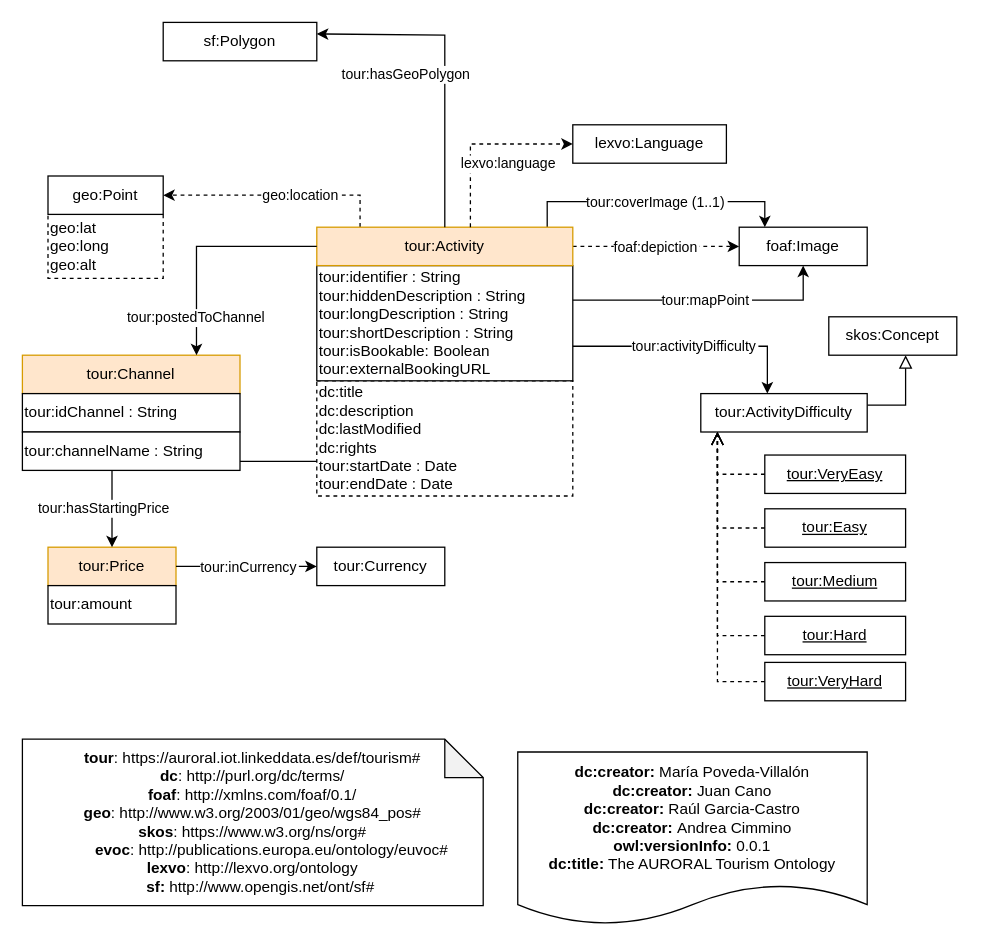
Before: diagrams/tourism.drawio in oeg-upm/auroral-tourism-ontology, a draw.io diagram. Source tidied: cells renumbered, new cells numbered last; positions are measured from the earlier drawing's top-left corner, leaving out a move shared by most shapes. Both pictures are drawn from the tidied source at 128%, with x=0, y=0 at pixel (22, 22).
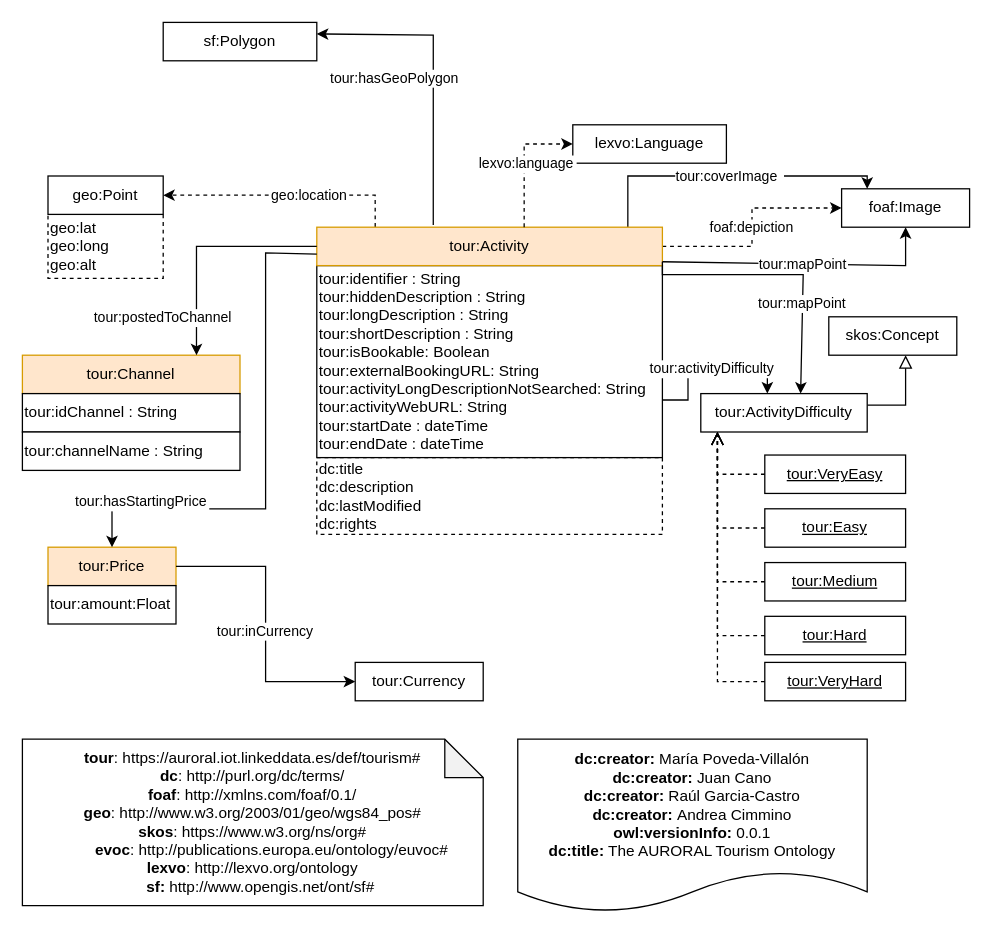
The same page after the edit.

Unchanged cells that the change refers to:
```xml
<mxCell id="9" value="tour:ActivityDifficulty" style="rounded=0;whiteSpace=wrap;html=1;snapToPoint=1;points=[[0.1,0],[0.2,0],[0.3,0],[0.4,0],[0.5,0],[0.6,0],[0.7,0],[0.8,0],[0.9,0],[0,0.1],[0,0.3],[0,0.5],[0,0.7],[0,0.9],[0.1,1],[0.2,1],[0.3,1],[0.4,1],[0.5,1],[0.6,1],[0.7,1],[0.8,1],[0.9,1],[1,0.1],[1,0.3],[1,0.5],[1,0.7],[1,0.9]];" parent="1" vertex="1">
  <mxGeometry x="530" y="290" width="130" height="30" as="geometry" />
</mxCell>
<mxCell id="17" value="tour:Channel" style="rounded=0;whiteSpace=wrap;html=1;snapToPoint=1;points=[[0.1,0],[0.2,0],[0.3,0],[0.4,0],[0.5,0],[0.6,0],[0.7,0],[0.8,0],[0.9,0],[0,0.1],[0,0.3],[0,0.5],[0,0.7],[0,0.9],[0.1,1],[0.2,1],[0.3,1],[0.4,1],[0.5,1],[0.6,1],[0.7,1],[0.8,1],[0.9,1],[1,0.1],[1,0.3],[1,0.5],[1,0.7],[1,0.9]];fillColor=#ffe6cc;strokeColor=#d79b00;shadow=0;" parent="1" vertex="1">
  <mxGeometry y="260" width="170" height="30" as="geometry" />
</mxCell>
<mxCell id="23" value="tour:Price" style="rounded=0;whiteSpace=wrap;html=1;snapToPoint=1;points=[[0.1,0],[0.2,0],[0.3,0],[0.4,0],[0.5,0],[0.6,0],[0.7,0],[0.8,0],[0.9,0],[0,0.1],[0,0.3],[0,0.5],[0,0.7],[0,0.9],[0.1,1],[0.2,1],[0.3,1],[0.4,1],[0.5,1],[0.6,1],[0.7,1],[0.8,1],[0.9,1],[1,0.1],[1,0.3],[1,0.5],[1,0.7],[1,0.9]];fillColor=#ffe6cc;strokeColor=#d79b00;shadow=0;" parent="1" vertex="1">
  <mxGeometry x="20" y="410" width="100" height="30" as="geometry" />
</mxCell>
<mxCell id="39" value="sf:Polygon" style="rounded=0;whiteSpace=wrap;html=1;snapToPoint=1;points=[[0.1,0],[0.2,0],[0.3,0],[0.4,0],[0.5,0],[0.6,0],[0.7,0],[0.8,0],[0.9,0],[0,0.1],[0,0.3],[0,0.5],[0,0.7],[0,0.9],[0.1,1],[0.2,1],[0.3,1],[0.4,1],[0.5,1],[0.6,1],[0.7,1],[0.8,1],[0.9,1],[1,0.1],[1,0.3],[1,0.5],[1,0.7],[1,0.9]];" parent="1" vertex="1">
  <mxGeometry x="110" width="120" height="30" as="geometry" />
</mxCell>
```

Diff of the diagram source:
```diff
@@
     <mxCell id="2" value="&lt;div&gt;&lt;b&gt;dc:creator:&lt;/b&gt;&amp;nbsp;María Poveda-Villalón&lt;/div&gt;&lt;div&gt;&lt;div&gt;&lt;b&gt;dc:creator:&lt;/b&gt;&amp;nbsp;Juan Cano&lt;/div&gt;&lt;/div&gt;&lt;div&gt;&lt;div&gt;&lt;b&gt;dc:creator:&lt;/b&gt;&amp;nbsp;Raúl Garcia-Castro&lt;/div&gt;&lt;/div&gt;&lt;div&gt;&lt;div&gt;&lt;b&gt;dc:creator:&lt;/b&gt;&amp;nbsp;Andrea Cimmino&lt;/div&gt;&lt;/div&gt;&lt;div&gt;&lt;b&gt;owl:versionInfo:&lt;/b&gt; 0.0.1&lt;/div&gt;&lt;div&gt;&lt;b&gt;dc:title:&lt;/b&gt; The AURORAL Tourism Ontology&lt;/div&gt;" style="shape=document;whiteSpace=wrap;html=1;boundedLbl=1;labelBackgroundColor=#ffffff;strokeColor=#000000;fontSize=12;fontColor=#000000;size=0.23333333333333334;" parent="1" vertex="1">
-      <mxGeometry x="387" y="570" width="273" height="135" as="geometry" />
+      <mxGeometry x="387" y="560" width="273" height="135" as="geometry" />
     </mxCell>
@@
-    <mxCell id="4" value="dc:title&lt;br&gt;dc:description&lt;br&gt;dc:lastModified&lt;br&gt;dc:rights&lt;br&gt;tour:startDate : Date&lt;br&gt;tour:endDate : Date" style="rounded=0;whiteSpace=wrap;html=1;snapToPoint=1;points=[[0.1,0],[0.2,0],[0.3,0],[0.4,0],[0.5,0],[0.6,0],[0.7,0],[0.8,0],[0.9,0],[0,0.1],[0,0.3],[0,0.5],[0,0.7],[0,0.9],[0.1,1],[0.2,1],[0.3,1],[0.4,1],[0.5,1],[0.6,1],[0.7,1],[0.8,1],[0.9,1],[1,0.1],[1,0.3],[1,0.5],[1,0.7],[1,0.9]];dashed=1;align=left;" parent="1" vertex="1">
-      <mxGeometry x="230" y="280" width="200" height="90" as="geometry" />
+    <mxCell id="4" value="dc:title&lt;br&gt;dc:description&lt;br&gt;dc:lastModified&lt;br&gt;dc:rights&lt;br&gt;" style="rounded=0;whiteSpace=wrap;html=1;snapToPoint=1;points=[[0.1,0],[0.2,0],[0.3,0],[0.4,0],[0.5,0],[0.6,0],[0.7,0],[0.8,0],[0.9,0],[0,0.1],[0,0.3],[0,0.5],[0,0.7],[0,0.9],[0.1,1],[0.2,1],[0.3,1],[0.4,1],[0.5,1],[0.6,1],[0.7,1],[0.8,1],[0.9,1],[1,0.1],[1,0.3],[1,0.5],[1,0.7],[1,0.9]];dashed=1;align=left;" parent="1" vertex="1">
+      <mxGeometry x="230" y="340" width="270" height="60" as="geometry" />
     </mxCell>
     <mxCell id="5" value="foaf:Image" style="rounded=0;whiteSpace=wrap;html=1;snapToPoint=1;points=[[0.1,0],[0.2,0],[0.3,0],[0.4,0],[0.5,0],[0.6,0],[0.7,0],[0.8,0],[0.9,0],[0,0.1],[0,0.3],[0,0.5],[0,0.7],[0,0.9],[0.1,1],[0.2,1],[0.3,1],[0.4,1],[0.5,1],[0.6,1],[0.7,1],[0.8,1],[0.9,1],[1,0.1],[1,0.3],[1,0.5],[1,0.7],[1,0.9]];" parent="1" vertex="1">
-      <mxGeometry x="560" y="160" width="100" height="30" as="geometry" />
+      <mxGeometry x="640" y="130" width="100" height="30" as="geometry" />
     </mxCell>
@@
-    <mxCell id="13" value="tour:coverImage (1..1)" style="edgeStyle=orthogonalEdgeStyle;rounded=0;jettySize=auto;endArrow=classic;endFill=1;entryX=0.2;entryY=0;entryDx=0;entryDy=0;exitX=0.9;exitY=0;exitDx=0;exitDy=0;" parent="1" edge="1" source="15" target="5">
-      <mxGeometry relative="1" as="geometry" />
+    <mxCell id="13" value="tour:coverImage " style="edgeStyle=orthogonalEdgeStyle;rounded=0;jettySize=auto;endArrow=classic;endFill=1;entryX=0.2;entryY=0;entryDx=0;entryDy=0;exitX=0.9;exitY=0;exitDx=0;exitDy=0;" parent="1" edge="1" source="15" target="5">
+      <mxGeometry relative="1" as="geometry">
+        <Array as="points">
+          <mxPoint x="473" y="120" />
+          <mxPoint x="660" y="120" />
+        </Array>
+      </mxGeometry>
     </mxCell>
-    <mxCell id="14" value="tour:identifier : String&lt;br&gt;tour:hiddenDescription : String&lt;br&gt;tour:longDescription : String&lt;br&gt;tour:shortDescription : String&lt;br&gt;tour:isBookable: Boolean&lt;br&gt;tour:externalBookingURL" style="rounded=0;whiteSpace=wrap;html=1;snapToPoint=1;points=[[0.1,0],[0.2,0],[0.3,0],[0.4,0],[0.5,0],[0.6,0],[0.7,0],[0.8,0],[0.9,0],[0,0.1],[0,0.3],[0,0.5],[0,0.7],[0,0.9],[0.1,1],[0.2,1],[0.3,1],[0.4,1],[0.5,1],[0.6,1],[0.7,1],[0.8,1],[0.9,1],[1,0.1],[1,0.3],[1,0.5],[1,0.7],[1,0.9]];align=left;" parent="1" vertex="1">
-      <mxGeometry x="230" y="190" width="200" height="90" as="geometry" />
+    <mxCell id="14" value="tour:identifier : String&lt;br&gt;tour:hiddenDescription : String&lt;br&gt;tour:longDescription : String&lt;br&gt;tour:shortDescription : String&lt;br&gt;tour:isBookable: Boolean&lt;br&gt;tour:externalBookingURL: String&lt;br&gt;tour:activityLongDescriptionNotSearched: String&lt;br&gt;tour:activityWebURL: String&lt;br&gt;tour:startDate : dateTime&lt;br&gt;tour:endDate : dateTime" style="rounded=0;whiteSpace=wrap;html=1;snapToPoint=1;points=[[0.1,0],[0.2,0],[0.3,0],[0.4,0],[0.5,0],[0.6,0],[0.7,0],[0.8,0],[0.9,0],[0,0.1],[0,0.3],[0,0.5],[0,0.7],[0,0.9],[0.1,1],[0.2,1],[0.3,1],[0.4,1],[0.5,1],[0.6,1],[0.7,1],[0.8,1],[0.9,1],[1,0.1],[1,0.3],[1,0.5],[1,0.7],[1,0.9]];align=left;" parent="1" vertex="1">
+      <mxGeometry x="230" y="190" width="270" height="150" as="geometry" />
     </mxCell>
     <mxCell id="15" value="tour:Activity" style="rounded=0;whiteSpace=wrap;html=1;snapToPoint=1;points=[[0.1,0],[0.2,0],[0.3,0],[0.4,0],[0.5,0],[0.6,0],[0.7,0],[0.8,0],[0.9,0],[0,0.1],[0,0.3],[0,0.5],[0,0.7],[0,0.9],[0.1,1],[0.2,1],[0.3,1],[0.4,1],[0.5,1],[0.6,1],[0.7,1],[0.8,1],[0.9,1],[1,0.1],[1,0.3],[1,0.5],[1,0.7],[1,0.9]];fillColor=#ffe6cc;strokeColor=#d79b00;shadow=0;" parent="1" vertex="1">
-      <mxGeometry x="230" y="160" width="200" height="30" as="geometry" />
+      <mxGeometry x="230" y="160" width="270" height="30" as="geometry" />
     </mxCell>
@@
     <mxCell id="19" value="tour:postedToChannel" style="edgeStyle=orthogonalEdgeStyle;rounded=0;jettySize=auto;endArrow=classic;endFill=1;entryX=0.8;entryY=0;entryDx=0;entryDy=0;exitX=0;exitY=0.5;exitDx=0;exitDy=0;" parent="1" edge="1" source="15" target="17">
-      <mxGeometry x="0.66" relative="1" as="geometry" />
+      <mxGeometry x="0.66" y="-26" relative="1" as="geometry" />
     </mxCell>
@@
-    <mxCell id="21" value="tour:mapPoint" style="edgeStyle=orthogonalEdgeStyle;rounded=0;jettySize=auto;endArrow=classic;endFill=1;entryX=0.5;entryY=1;entryDx=0;entryDy=0;exitX=1;exitY=0.3;exitDx=0;exitDy=0;" parent="1" edge="1" source="14" target="5">
-      <mxGeometry relative="1" as="geometry" />
+    <mxCell id="21" value="tour:mapPoint" style="edgeStyle=orthogonalEdgeStyle;rounded=0;jettySize=auto;endArrow=classic;endFill=1;entryX=0.5;entryY=1;entryDx=0;entryDy=0;" parent="1" edge="1" source="15" target="5">
+      <mxGeometry relative="1" as="geometry">
+        <Array as="points">
+          <mxPoint x="690" y="190" />
+        </Array>
+      </mxGeometry>
     </mxCell>
@@
-    <mxCell id="24" value="tour:amount" style="rounded=0;whiteSpace=wrap;html=1;align=left;" parent="1" vertex="1">
+    <mxCell id="24" value="tour:amount:Float" style="rounded=0;whiteSpace=wrap;html=1;align=left;" parent="1" vertex="1">
       <mxGeometry x="20" y="440" width="100" height="30" as="geometry" />
     </mxCell>
     <mxCell id="25" value="tour:Currency" style="rounded=0;whiteSpace=wrap;html=1;snapToPoint=1;points=[[0.1,0],[0.2,0],[0.3,0],[0.4,0],[0.5,0],[0.6,0],[0.7,0],[0.8,0],[0.9,0],[0,0.1],[0,0.3],[0,0.5],[0,0.7],[0,0.9],[0.1,1],[0.2,1],[0.3,1],[0.4,1],[0.5,1],[0.6,1],[0.7,1],[0.8,1],[0.9,1],[1,0.1],[1,0.3],[1,0.5],[1,0.7],[1,0.9]];shadow=0;" parent="1" vertex="1">
-      <mxGeometry x="230" y="410" width="100" height="30" as="geometry" />
+      <mxGeometry x="260" y="500" width="100" height="30" as="geometry" />
     </mxCell>
-    <mxCell id="26" value="tour:hasStartingPrice" style="edgeStyle=orthogonalEdgeStyle;rounded=0;jettySize=auto;endArrow=classic;endFill=1;entryX=0.5;entryY=0;entryDx=0;entryDy=0;exitX=0;exitY=0.7;exitDx=0;exitDy=0;" parent="1" edge="1" source="4" target="23">
-      <mxGeometry x="0.73" y="-6" relative="1" as="geometry" />
+    <mxCell id="26" value="tour:hasStartingPrice" style="edgeStyle=orthogonalEdgeStyle;rounded=0;jettySize=auto;endArrow=classic;endFill=1;entryX=0.5;entryY=0;entryDx=0;entryDy=0;" parent="1" edge="1" source="15" target="23">
+      <mxGeometry x="0.73" y="-6" relative="1" as="geometry">
+        <Array as="points">
+          <mxPoint x="190" y="180" />
+          <mxPoint x="190" y="380" />
+          <mxPoint x="70" y="380" />
+        </Array>
+      </mxGeometry>
     </mxCell>
@@
-    <mxCell id="40" value="tour:hasGeoPolygon" style="edgeStyle=orthogonalEdgeStyle;rounded=0;jettySize=auto;endArrow=classic;endFill=1;" parent="1" edge="1" source="15" target="39">
+    <mxCell id="40" value="tour:hasGeoPolygon" style="edgeStyle=orthogonalEdgeStyle;rounded=0;jettySize=auto;endArrow=classic;endFill=1;exitX=0.337;exitY=-0.056;exitDx=0;exitDy=0;exitPerimeter=0;" parent="1" edge="1" source="15" target="39">
       <mxGeometry x="-0.04" y="30" relative="1" as="geometry">
         <Array as="points">
-          <mxPoint x="330" y="10" />
+          <mxPoint x="321" y="10" />
         </Array>
       </mxGeometry>
     </mxCell>
+    <mxCell id="41" value="tour:mapPoint" style="edgeStyle=orthogonalEdgeStyle;rounded=0;jettySize=auto;endArrow=classic;endFill=1;exitX=1;exitY=0.9;exitDx=0;exitDy=0;" parent="1" edge="1" source="15" target="9">
+      <mxGeometry x="0.33" relative="1" as="geometry">
+        <Array as="points">
+          <mxPoint x="500" y="197" />
+          <mxPoint x="610" y="197" />
+        </Array>
+      </mxGeometry>
+    </mxCell>
```
